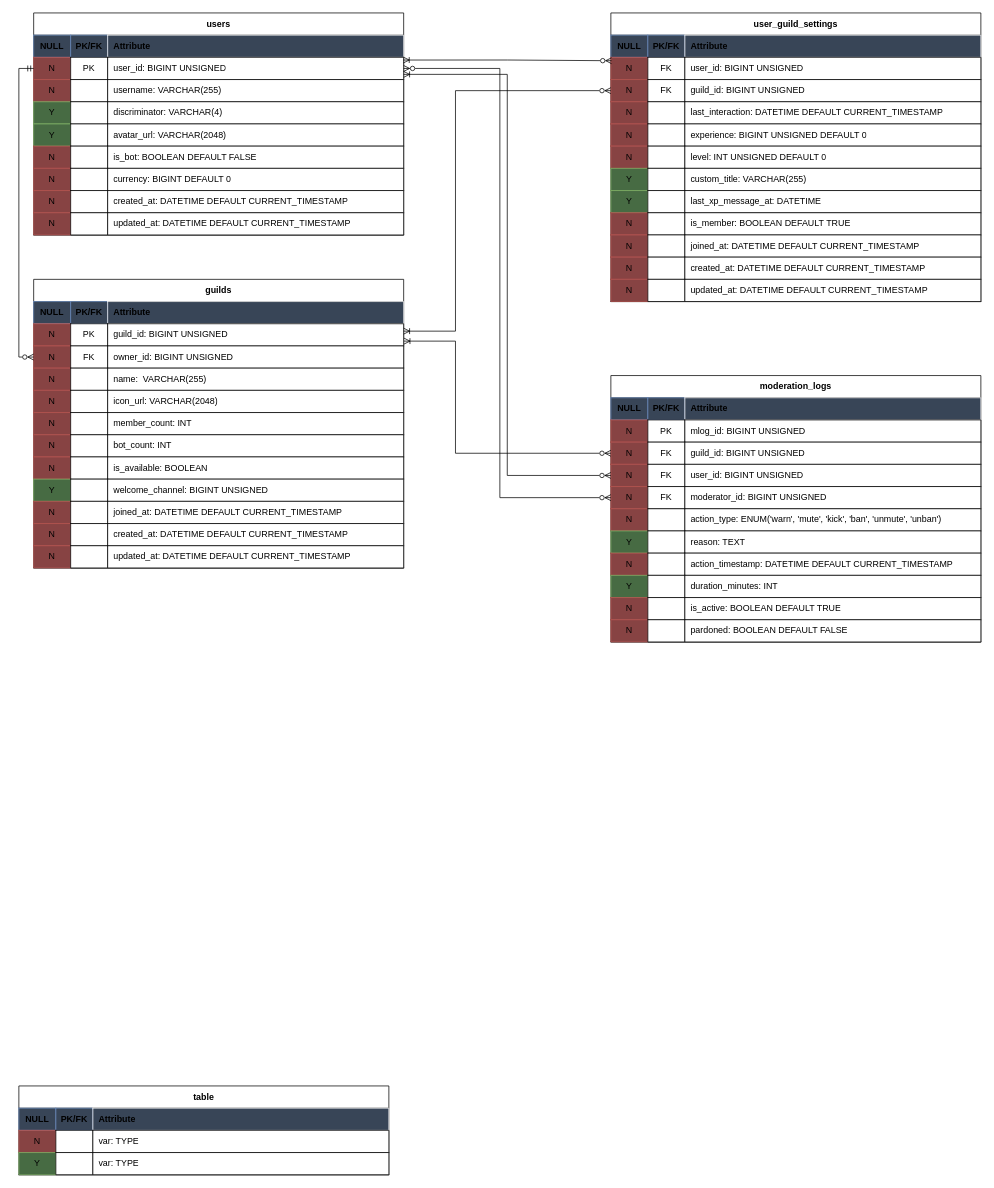
This is database/diagram.drawio from DeprecatedLogic/shirayume, a draw.io file, before an edit. Source tidied: cells renumbered, new cells numbered last; positions are measured from the earlier drawing's top-left corner, leaving out a move shared by most shapes. Both pictures are drawn from the tidied source at 74%, with x=0, y=0 at pixel (18, 13).
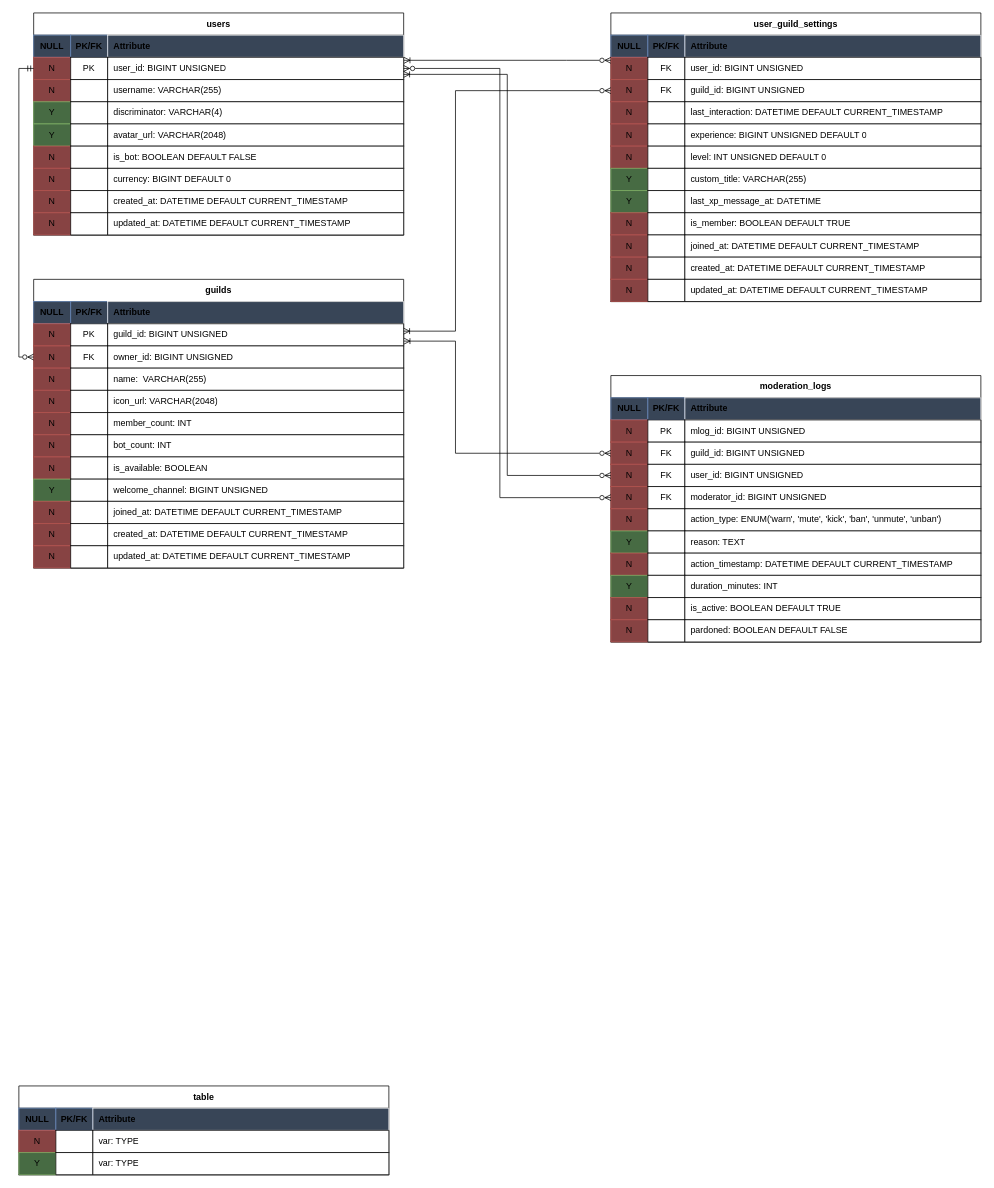
Above is the later version.

Commit message (it also covers changes not shown here):
chore: delete diagram backup from repo

The change refers to these unchanged cells:
```xml
<mxCell id="7" style="shape=tableRow;horizontal=0;startSize=0;swimlaneHead=0;swimlaneBody=0;points=[[0,0.5],[1,0.5]];portConstraint=eastwest;top=0;left=0;right=0;bottom=1;html=1;fillColor=none;" parent="2" vertex="1">
  <mxGeometry y="60" width="500" height="30" as="geometry" />
</mxCell>
<mxCell id="93" style="shape=tableRow;horizontal=0;startSize=0;swimlaneHead=0;swimlaneBody=0;points=[[0,0.5],[1,0.5]];portConstraint=eastwest;top=0;left=0;right=0;bottom=1;html=1;fillColor=none;" parent="88" vertex="1">
  <mxGeometry y="60" width="500" height="30" as="geometry" />
</mxCell>
```

What changed in the source:
```diff
@@
-    <mxCell id="138" style="edgeStyle=orthogonalEdgeStyle;rounded=0;jettySize=auto;html=1;endArrow=ERzeroToMany;startFill=0;endFill=0;startArrow=ERoneToMany;entryX=0.002;entryY=0.152;entryDx=0;entryDy=0;entryPerimeter=0;exitX=0.999;exitY=0.121;exitDx=0;exitDy=0;exitPerimeter=0;" parent="1" edge="1" source="7" target="93">
-      <mxGeometry relative="1" as="geometry" />
+    <mxCell id="138" style="edgeStyle=orthogonalEdgeStyle;rounded=0;orthogonalLoop=1;jettySize=auto;html=1;endArrow=ERzeroToMany;startFill=0;endFill=0;startArrow=ERoneToMany;exitX=1.001;exitY=0.333;exitDx=0;exitDy=0;exitPerimeter=0;entryX=0;entryY=0.333;entryDx=0;entryDy=0;entryPerimeter=0;" parent="1" edge="1">
+      <mxGeometry relative="1" as="geometry">
+        <mxPoint x="520.5" y="64" as="sourcePoint" />
+        <mxPoint x="800" y="64" as="targetPoint" />
+        <Array as="points">
+          <mxPoint x="740" y="64" />
+          <mxPoint x="740" y="64" />
+        </Array>
+      </mxGeometry>
     </mxCell>
```
